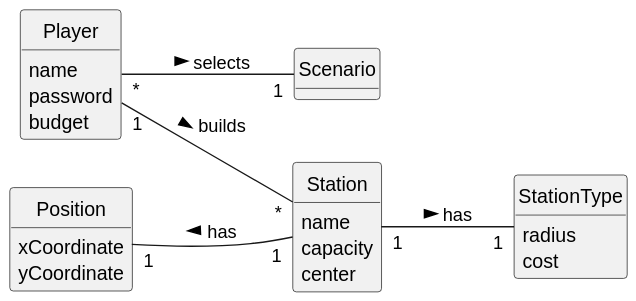
1240935/pi2-railway-simulator keeps this PlantUML diagram as Sprint2/US005/02.analysis/svg/US005-DM.svg. Above is the earlier version.
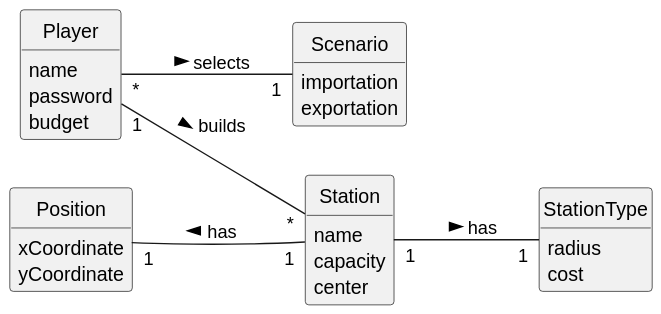
The same diagram one commit later.

Change to the diagram source:
```diff
@@ -31,6 +31,8 @@
 }
 
 class Scenario {
+    importation
+    exportation
 }
 
 
```
